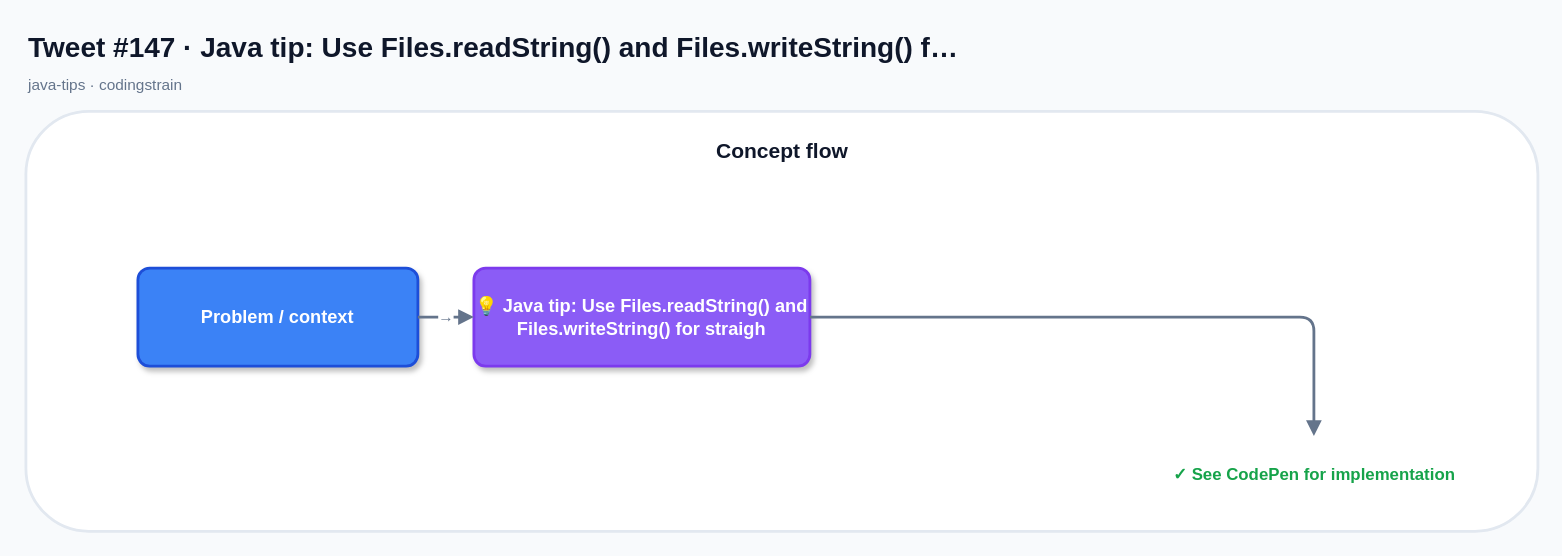
The draw.io diagram x-posts-examples/generated-x-posts/drawio/tweet-147.drawio in mcasari/codingstrain, before the edit. Source tidied: cells renumbered, new cells numbered last; positions are measured from the earlier drawing's top-left corner, leaving out a move shared by most shapes. Both pictures are drawn from the tidied source at 140%, with x=0, y=0 at pixel (25, 24).
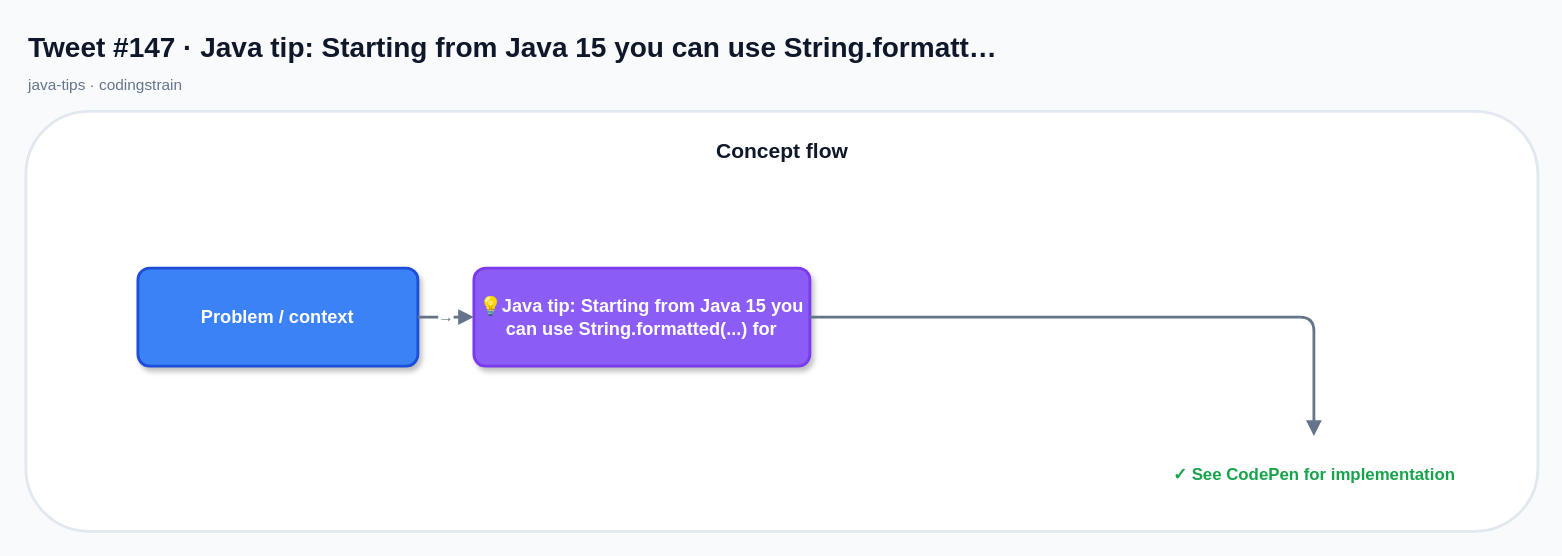
The same page after the edit.

Change to the diagram source:
```diff
@@
 <mxGraphModel background="#F8FAFC">
   <root>
     <mxCell id="0" />
     <mxCell id="1" parent="0" />
-    <mxCell id="2" value="Tweet #147 · Java tip: Use Files.readString() and Files.writeString() f…" style="text;html=1;strokeColor=none;fillColor=none;align=left;verticalAlign=middle;fontSize=20;fontStyle=1;fontColor=#0F172A;" parent="1" vertex="1">
+    <mxCell id="2" value="Tweet #147 · Java tip: Starting from Java 15 you can use String.formatt…" style="text;html=1;strokeColor=none;fillColor=none;align=left;verticalAlign=middle;fontSize=20;fontStyle=1;fontColor=#0F172A;" parent="1" vertex="1">
       <mxGeometry width="760" height="32" as="geometry" />
     </mxCell>
     <mxCell id="3" value="java-tips · codingstrain" style="text;html=1;strokeColor=none;fillColor=none;align=left;verticalAlign=middle;fontSize=11;fontStyle=0;fontColor=#64748B;" parent="1" vertex="1">
       <mxGeometry y="32" width="520" height="22" as="geometry" />
     </mxCell>
     <mxCell id="4" style="rounded=1;fillColor=#FFFFFF;strokeColor=#E2E8F0;strokeWidth=2;shadow=0;" parent="1" vertex="1">
       <mxGeometry y="62" width="1080" height="300" as="geometry" />
     </mxCell>
     <mxCell id="5" value="Concept flow" style="text;html=1;strokeColor=none;fillColor=none;align=center;verticalAlign=middle;fontSize=15;fontStyle=1;fontColor=#0F172A;" parent="1" vertex="1">
       <mxGeometry x="20" y="76" width="1040" height="28" as="geometry" />
     </mxCell>
     <mxCell id="6" value="Problem / context" style="rounded=1;whiteSpace=wrap;html=1;arcSize=12;fillColor=#3B82F6;strokeColor=#1D4ED8;strokeWidth=2;fontColor=#FFFFFF;fontSize=13;fontStyle=1;shadow=1;align=center;verticalAlign=middle;" parent="1" vertex="1">
       <mxGeometry x="80" y="174" width="200" height="70" as="geometry" />
     </mxCell>
-    <mxCell id="7" value="💡 Java tip: Use Files.readString() and Files.writeString() for straigh" style="rounded=1;whiteSpace=wrap;html=1;arcSize=12;fillColor=#8B5CF6;strokeColor=#7C3AED;strokeWidth=2;fontColor=#FFFFFF;fontSize=13;fontStyle=1;shadow=1;align=center;verticalAlign=middle;" parent="1" vertex="1">
+    <mxCell id="7" value="💡Java tip: Starting from Java 15 you can use String.formatted(...) for" style="rounded=1;whiteSpace=wrap;html=1;arcSize=12;fillColor=#8B5CF6;strokeColor=#7C3AED;strokeWidth=2;fontColor=#FFFFFF;fontSize=13;fontStyle=1;shadow=1;align=center;verticalAlign=middle;" parent="1" vertex="1">
       <mxGeometry x="320" y="174" width="240" height="70" as="geometry" />
     </mxCell>
     <mxCell id="8" value="→" style="edgeStyle=orthogonalEdgeStyle;rounded=1;jettySize=auto;html=1;endArrow=block;endFill=1;startArrow=none;strokeColor=#64748B;strokeWidth=2;fontColor=#64748B;fontSize=11;" parent="1" edge="1" source="6" target="7">
       <mxGeometry relative="1" as="geometry" />
     </mxCell>
     <mxCell id="9" value="✓ See CodePen for implementation" style="text;html=1;strokeColor=none;fillColor=none;align=center;verticalAlign=middle;fontSize=12;fontStyle=1;fontColor=#16A34A;" parent="1" vertex="1">
       <mxGeometry x="800" y="294" width="240" height="56" as="geometry" />
     </mxCell>
     <mxCell id="10" style="edgeStyle=orthogonalEdgeStyle;rounded=1;jettySize=auto;html=1;endArrow=block;endFill=1;startArrow=none;strokeColor=#64748B;strokeWidth=2;fontColor=#64748B;fontSize=11;" parent="1" edge="1" source="7" target="9">
       <mxGeometry relative="1" as="geometry" />
     </mxCell>
   </root>
 </mxGraphModel>
```
